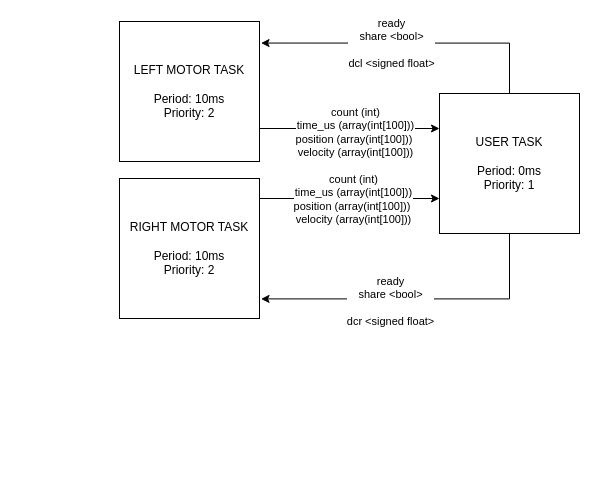
aVetrova04/ME4305 keeps this draw.io diagram as LAB0x06/ME4305LAB0x06TD.drawio. Above is the earlier version. Source tidied: cells renumbered, new cells numbered last; positions are measured from the earlier drawing's top-left corner, leaving out a move shared by most shapes. Both pictures are drawn from the tidied source at 100%, with x=0, y=0 at pixel (119, 21).
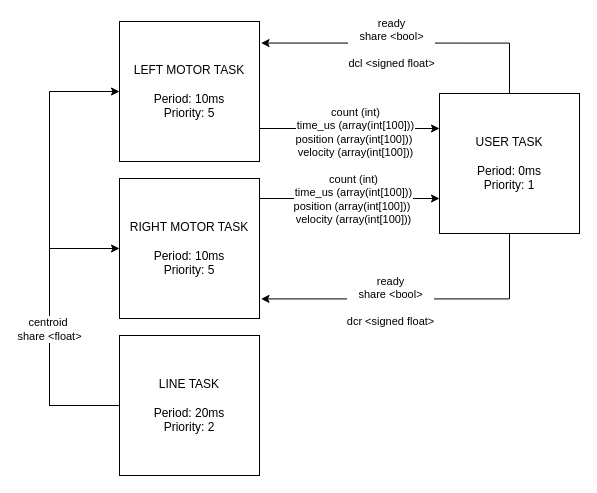
The same page after the edit.

The edit, as a diff of the source:
```diff
@@
-    <mxCell id="4" value="LEFT MOTOR TASK&lt;div&gt;&lt;br&gt;&lt;/div&gt;&lt;div&gt;Period: 10ms&lt;/div&gt;&lt;div&gt;Priority: 2&lt;/div&gt;" style="whiteSpace=wrap;html=1;" parent="1" vertex="1">
+    <mxCell id="4" value="LEFT MOTOR TASK&lt;div&gt;&lt;br&gt;&lt;/div&gt;&lt;div&gt;Period: 10ms&lt;/div&gt;&lt;div&gt;Priority: 5&lt;/div&gt;" style="whiteSpace=wrap;html=1;" parent="1" vertex="1">
       <mxGeometry width="140" height="140" as="geometry" />
     </mxCell>
@@
-    <mxCell id="7" value="RIGHT MOTOR TASK&lt;div&gt;&lt;br&gt;&lt;/div&gt;&lt;div&gt;Period: 10ms&lt;/div&gt;&lt;div&gt;Priority: 2&lt;/div&gt;" style="whiteSpace=wrap;html=1;" parent="1" vertex="1">
+    <mxCell id="7" value="RIGHT MOTOR TASK&lt;div&gt;&lt;br&gt;&lt;/div&gt;&lt;div&gt;Period: 10ms&lt;/div&gt;&lt;div&gt;Priority: 5&lt;/div&gt;" style="whiteSpace=wrap;html=1;" parent="1" vertex="1">
       <mxGeometry y="157" width="140" height="140" as="geometry" />
     </mxCell>
@@
+    <mxCell id="13" style="edgeStyle=orthogonalEdgeStyle;rounded=0;jettySize=auto;html=1;entryX=0;entryY=0.5;entryDx=0;entryDy=0;defaultLabelBackgroundColor=page;" parent="1" edge="1" source="16" target="4">
+      <mxGeometry x="0.22" relative="1" as="geometry">
+        <Array as="points">
+          <mxPoint x="-70" y="384" />
+          <mxPoint x="-70" y="70" />
+        </Array>
+      </mxGeometry>
+    </mxCell>
+    <mxCell id="14" style="edgeStyle=orthogonalEdgeStyle;rounded=0;jettySize=auto;html=1;entryX=0;entryY=0.5;entryDx=0;entryDy=0;defaultLabelBackgroundColor=page;exitX=0;exitY=0.5;exitDx=0;exitDy=0;" parent="1" edge="1" source="16" target="7">
+      <mxGeometry relative="1" as="geometry">
+        <Array as="points">
+          <mxPoint x="-70" y="384" />
+          <mxPoint x="-70" y="227" />
+        </Array>
+      </mxGeometry>
+    </mxCell>
+    <mxCell id="15" value="centroid&amp;nbsp;&lt;div&gt;share &amp;lt;float&amp;gt;&lt;/div&gt;" style="edgeLabel;html=1;align=center;verticalAlign=middle;inheritText=1;defaultLabelBackgroundColor=page;" parent="14" vertex="1">
+      <mxGeometry x="-0.01" y="1" relative="1" as="geometry" />
+    </mxCell>
+    <mxCell id="16" value="LINE TASK&lt;div&gt;&lt;br&gt;&lt;/div&gt;&lt;div&gt;Period: 20ms&lt;/div&gt;&lt;div&gt;Priority: 2&lt;/div&gt;" style="whiteSpace=wrap;html=1;" parent="1" vertex="1">
+      <mxGeometry y="314" width="140" height="140" as="geometry" />
+    </mxCell>
```
